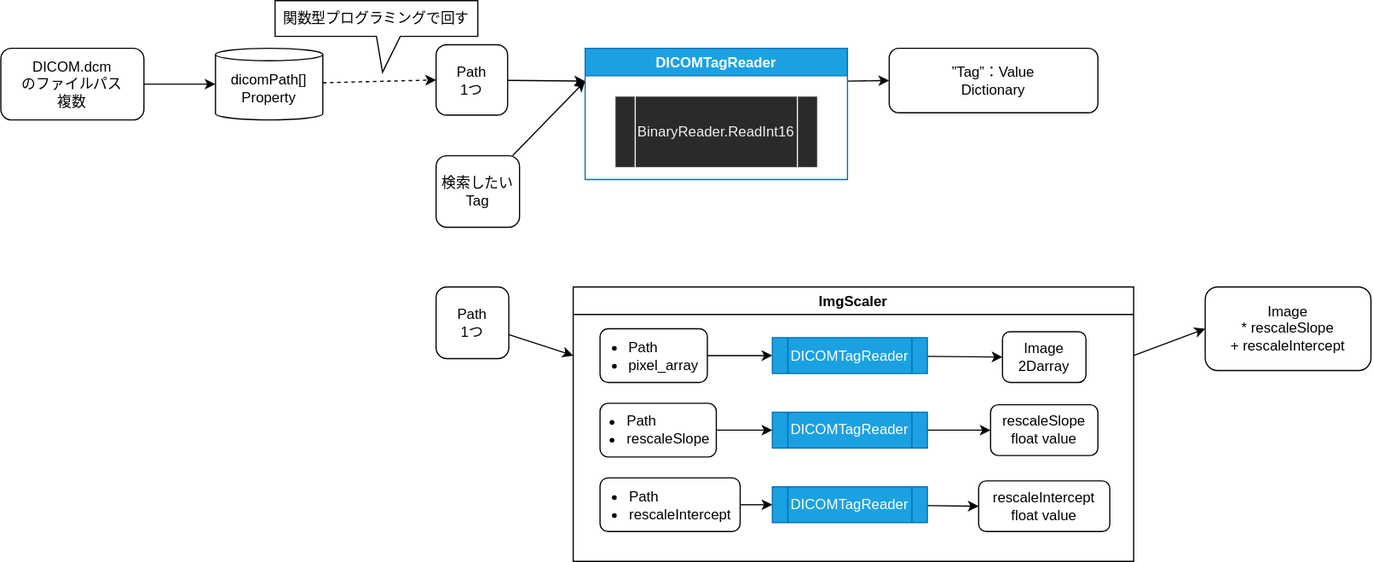
The draw.io diagram DICOMReader.drawio.svg in nawaday-code/Protector_controller, before a commit. Source tidied: cells renumbered, new cells last; positions are measured from the earlier drawing's top-left corner, leaving out a move shared by most shapes. The source it was exported from:
```xml
<mxGraphModel>
  <root>
    <mxCell id="0" />
    <mxCell id="1" parent="0" />
    <mxCell id="2" style="edgeStyle=none;html=1;entryX=0;entryY=0.5;entryDx=0;entryDy=0;entryPerimeter=0;" parent="1" edge="1" source="3" target="8">
      <mxGeometry relative="1" as="geometry" />
    </mxCell>
    <mxCell id="3" value="DICOM.dcm&lt;br&gt;のファイルパス&lt;br&gt;複数" style="rounded=1;whiteSpace=wrap;html=1;" parent="1" vertex="1">
      <mxGeometry y="40" width="120" height="60" as="geometry" />
    </mxCell>
    <mxCell id="4" style="edgeStyle=none;html=1;exitX=1;exitY=0.25;exitDx=0;exitDy=0;entryX=0;entryY=0.5;entryDx=0;entryDy=0;startArrow=none;startFill=0;" parent="1" edge="1" source="5" target="31">
      <mxGeometry relative="1" as="geometry" />
    </mxCell>
    <mxCell id="5" value="DICOMTagReader" style="swimlane;fillColor=#1ba1e2;strokeColor=#006EAF;fontColor=#ffffff;" parent="1" vertex="1">
      <mxGeometry x="490" y="40" width="220" height="110" as="geometry" />
    </mxCell>
    <mxCell id="6" value="BinaryReader.ReadInt16" style="shape=process;whiteSpace=wrap;html=1;backgroundOutline=1;fontFamily=Helvetica;fontSize=12;fontColor=#f0f0f0;align=center;strokeColor=#f0f0f0;fillColor=#2a2a2a;" parent="5" vertex="1">
      <mxGeometry x="25" y="40" width="170" height="60" as="geometry" />
    </mxCell>
    <mxCell id="7" style="edgeStyle=none;html=1;entryX=0;entryY=0.5;entryDx=0;entryDy=0;startArrow=none;startFill=0;dashed=1;" parent="1" edge="1" source="8" target="10">
      <mxGeometry relative="1" as="geometry" />
    </mxCell>
    <mxCell id="8" value="dicomPath[]&lt;br&gt;Property" style="shape=cylinder3;whiteSpace=wrap;html=1;boundedLbl=1;backgroundOutline=1;size=5.20001220703125;" parent="1" vertex="1">
      <mxGeometry x="180" y="40" width="90" height="60" as="geometry" />
    </mxCell>
    <mxCell id="9" style="edgeStyle=none;html=1;entryX=0;entryY=0.25;entryDx=0;entryDy=0;" parent="1" edge="1" source="10" target="5">
      <mxGeometry relative="1" as="geometry" />
    </mxCell>
    <mxCell id="10" value="Path&lt;br&gt;1つ" style="rounded=1;whiteSpace=wrap;html=1;" parent="1" vertex="1">
      <mxGeometry x="365" y="37" width="60" height="59" as="geometry" />
    </mxCell>
    <mxCell id="11" value="関数型プログラミングで回す" style="shape=callout;whiteSpace=wrap;html=1;perimeter=calloutPerimeter;position2=0.53;" parent="1" vertex="1">
      <mxGeometry x="230" width="170" height="60" as="geometry" />
    </mxCell>
    <mxCell id="12" style="edgeStyle=none;html=1;entryX=0;entryY=0.25;entryDx=0;entryDy=0;startArrow=none;startFill=0;" parent="1" edge="1" source="13" target="5">
      <mxGeometry relative="1" as="geometry" />
    </mxCell>
    <mxCell id="13" value="検索したいTag" style="rounded=1;whiteSpace=wrap;html=1;" parent="1" vertex="1">
      <mxGeometry x="365" y="130" width="70" height="60" as="geometry" />
    </mxCell>
    <mxCell id="14" style="edgeStyle=none;html=1;exitX=1;exitY=0.25;exitDx=0;exitDy=0;entryX=0;entryY=0.5;entryDx=0;entryDy=0;startArrow=none;startFill=0;" parent="1" edge="1" source="15" target="34">
      <mxGeometry relative="1" as="geometry" />
    </mxCell>
    <mxCell id="15" value="ImgScaler" style="swimlane;" parent="1" vertex="1">
      <mxGeometry x="480" y="240" width="470" height="230" as="geometry" />
    </mxCell>
    <mxCell id="16" style="edgeStyle=none;html=1;entryX=0;entryY=0.5;entryDx=0;entryDy=0;startArrow=none;startFill=0;" parent="15" edge="1" source="17" target="28">
      <mxGeometry relative="1" as="geometry" />
    </mxCell>
    <mxCell id="17" value="DICOMTagReader" style="shape=process;whiteSpace=wrap;html=1;backgroundOutline=1;fillColor=#1ba1e2;strokeColor=#006EAF;fontColor=#ffffff;" parent="15" vertex="1">
      <mxGeometry x="167" y="42.5" width="130" height="30" as="geometry" />
    </mxCell>
    <mxCell id="18" style="edgeStyle=none;html=1;exitX=1;exitY=0.5;exitDx=0;exitDy=0;entryX=0;entryY=0.5;entryDx=0;entryDy=0;startArrow=none;startFill=0;" parent="15" edge="1" source="19" target="17">
      <mxGeometry relative="1" as="geometry" />
    </mxCell>
    <mxCell id="19" value="&lt;ul&gt;&lt;li style=&quot;text-align: left&quot;&gt;&lt;span&gt;Path&lt;/span&gt;&lt;/li&gt;&lt;li style=&quot;text-align: left&quot;&gt;pixel_array&lt;/li&gt;&lt;/ul&gt;" style="rounded=1;whiteSpace=wrap;html=1;labelPosition=center;verticalLabelPosition=middle;align=center;verticalAlign=middle;textDirection=ltr;spacing=2;spacingLeft=-24;" parent="15" vertex="1">
      <mxGeometry x="22.5" y="35" width="90" height="45" as="geometry" />
    </mxCell>
    <mxCell id="20" style="edgeStyle=none;html=1;entryX=0;entryY=0.5;entryDx=0;entryDy=0;startArrow=none;startFill=0;" parent="15" edge="1" source="21" target="29">
      <mxGeometry relative="1" as="geometry" />
    </mxCell>
    <mxCell id="21" value="DICOMTagReader" style="shape=process;whiteSpace=wrap;html=1;backgroundOutline=1;fillColor=#1ba1e2;strokeColor=#006EAF;fontColor=#ffffff;" parent="15" vertex="1">
      <mxGeometry x="167" y="105" width="130" height="30" as="geometry" />
    </mxCell>
    <mxCell id="22" style="edgeStyle=none;html=1;exitX=1;exitY=0.5;exitDx=0;exitDy=0;entryX=0;entryY=0.5;entryDx=0;entryDy=0;startArrow=none;startFill=0;" parent="15" edge="1" source="23" target="21">
      <mxGeometry relative="1" as="geometry" />
    </mxCell>
    <mxCell id="23" value="&lt;ul&gt;&lt;li style=&quot;text-align: left&quot;&gt;&lt;span&gt;Path&lt;/span&gt;&lt;/li&gt;&lt;li style=&quot;text-align: left&quot;&gt;rescaleSlope&lt;/li&gt;&lt;/ul&gt;" style="rounded=1;whiteSpace=wrap;html=1;labelPosition=center;verticalLabelPosition=middle;align=center;verticalAlign=middle;textDirection=ltr;spacing=2;spacingLeft=-24;" parent="15" vertex="1">
      <mxGeometry x="22.5" y="97.5" width="97.5" height="45" as="geometry" />
    </mxCell>
    <mxCell id="24" style="edgeStyle=none;html=1;entryX=0;entryY=0.5;entryDx=0;entryDy=0;startArrow=none;startFill=0;" parent="15" edge="1" source="25" target="30">
      <mxGeometry relative="1" as="geometry" />
    </mxCell>
    <mxCell id="25" value="DICOMTagReader" style="shape=process;whiteSpace=wrap;html=1;backgroundOutline=1;fillColor=#1ba1e2;strokeColor=#006EAF;fontColor=#ffffff;" parent="15" vertex="1">
      <mxGeometry x="167" y="167.5" width="130" height="30" as="geometry" />
    </mxCell>
    <mxCell id="26" style="edgeStyle=none;html=1;exitX=1;exitY=0.5;exitDx=0;exitDy=0;entryX=0;entryY=0.5;entryDx=0;entryDy=0;startArrow=none;startFill=0;" parent="15" edge="1" source="27" target="25">
      <mxGeometry relative="1" as="geometry" />
    </mxCell>
    <mxCell id="27" value="&lt;ul&gt;&lt;li style=&quot;text-align: left&quot;&gt;&lt;span&gt;Path&lt;/span&gt;&lt;/li&gt;&lt;li style=&quot;text-align: left&quot;&gt;rescaleIntercept&lt;/li&gt;&lt;/ul&gt;" style="rounded=1;whiteSpace=wrap;html=1;labelPosition=center;verticalLabelPosition=middle;align=center;verticalAlign=middle;textDirection=ltr;spacing=2;spacingLeft=-24;" parent="15" vertex="1">
      <mxGeometry x="22.5" y="160" width="117.5" height="45" as="geometry" />
    </mxCell>
    <mxCell id="28" value="Image&lt;br&gt;2Darray" style="rounded=1;whiteSpace=wrap;html=1;" parent="15" vertex="1">
      <mxGeometry x="360" y="37.5" width="70" height="42.5" as="geometry" />
    </mxCell>
    <mxCell id="29" value="rescaleSlope&lt;br&gt;float value" style="rounded=1;whiteSpace=wrap;html=1;" parent="15" vertex="1">
      <mxGeometry x="350" y="98.8" width="90" height="42.5" as="geometry" />
    </mxCell>
    <mxCell id="30" value="rescaleIntercept&lt;br&gt;float value" style="rounded=1;whiteSpace=wrap;html=1;" parent="15" vertex="1">
      <mxGeometry x="340" y="162.5" width="110" height="42.5" as="geometry" />
    </mxCell>
    <mxCell id="31" value="”Tag”：Value&lt;br&gt;Dictionary" style="rounded=1;whiteSpace=wrap;html=1;" parent="1" vertex="1">
      <mxGeometry x="745" y="40" width="175" height="54" as="geometry" />
    </mxCell>
    <mxCell id="32" style="edgeStyle=none;html=1;entryX=0;entryY=0.25;entryDx=0;entryDy=0;startArrow=none;startFill=0;" parent="1" edge="1" source="33" target="15">
      <mxGeometry relative="1" as="geometry" />
    </mxCell>
    <mxCell id="33" value="Path&lt;br&gt;1つ" style="rounded=1;whiteSpace=wrap;html=1;" parent="1" vertex="1">
      <mxGeometry x="365" y="240" width="61" height="60" as="geometry" />
    </mxCell>
    <mxCell id="34" value="Image&lt;br&gt;&amp;nbsp;* rescaleSlope&lt;br&gt;&amp;nbsp;+ rescaleIntercept" style="rounded=1;whiteSpace=wrap;html=1;" parent="1" vertex="1">
      <mxGeometry x="1010" y="240" width="139" height="70" as="geometry" />
    </mxCell>
  </root>
</mxGraphModel>
```
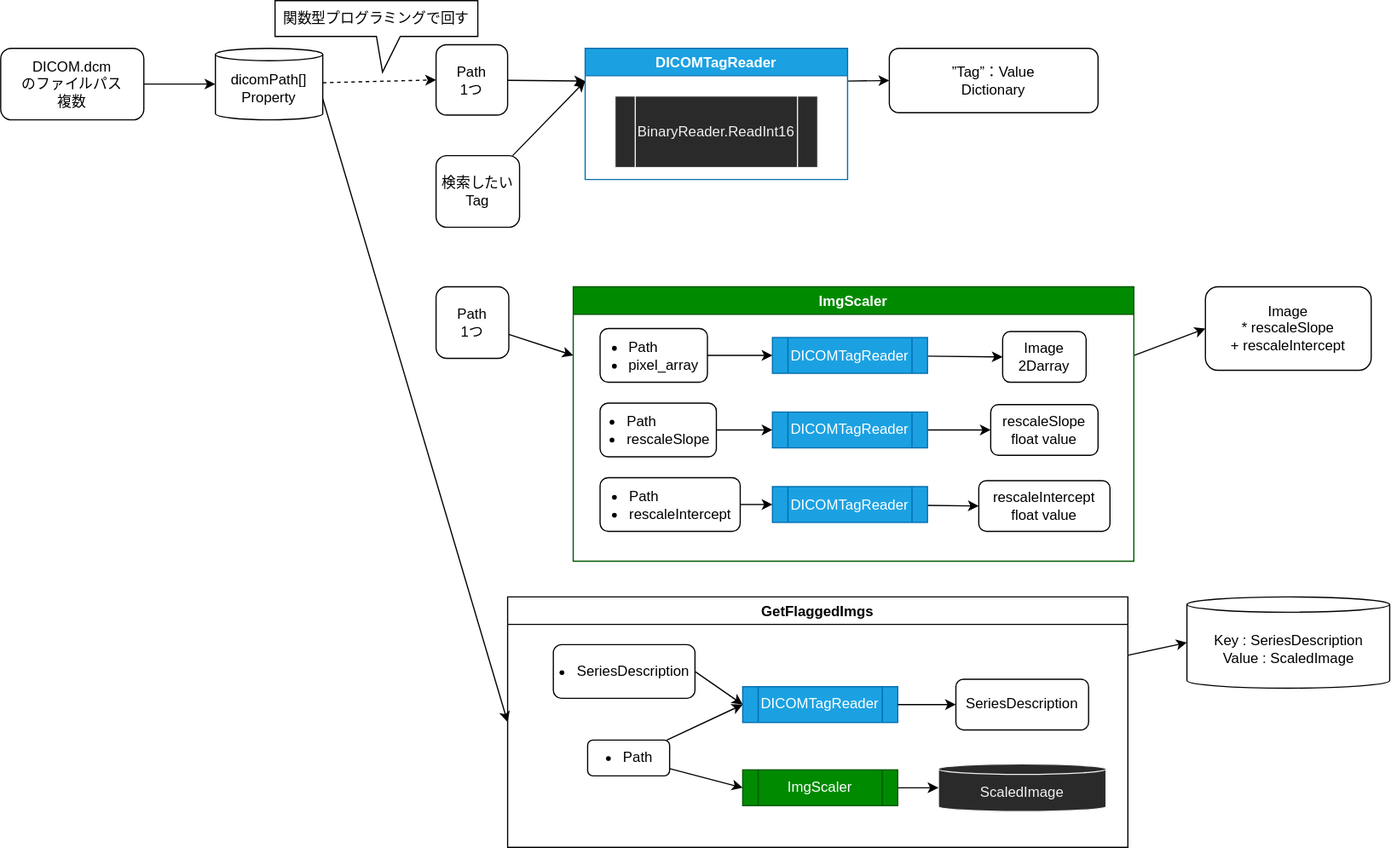
The same file after the commit.

Change to the diagram source:
```diff
@@ -20,6 +20,9 @@
     <mxCell id="7" style="edgeStyle=none;html=1;entryX=0;entryY=0.5;entryDx=0;entryDy=0;startArrow=none;startFill=0;dashed=1;" parent="1" edge="1" source="8" target="10">
       <mxGeometry relative="1" as="geometry" />
     </mxCell>
+    <mxCell id="35" style="edgeStyle=none;html=1;exitX=1;exitY=0;exitDx=0;exitDy=42.399993896484375;exitPerimeter=0;entryX=0;entryY=0.5;entryDx=0;entryDy=0;" parent="1" edge="1" source="8" target="37">
+      <mxGeometry relative="1" as="geometry" />
+    </mxCell>
     <mxCell id="8" value="dicomPath[]&lt;br&gt;Property" style="shape=cylinder3;whiteSpace=wrap;html=1;boundedLbl=1;backgroundOutline=1;size=5.20001220703125;" parent="1" vertex="1">
       <mxGeometry x="180" y="40" width="90" height="60" as="geometry" />
     </mxCell>
@@ -41,7 +44,7 @@
     <mxCell id="14" style="edgeStyle=none;html=1;exitX=1;exitY=0.25;exitDx=0;exitDy=0;entryX=0;entryY=0.5;entryDx=0;entryDy=0;startArrow=none;startFill=0;" parent="1" edge="1" source="15" target="34">
       <mxGeometry relative="1" as="geometry" />
     </mxCell>
-    <mxCell id="15" value="ImgScaler" style="swimlane;" parent="1" vertex="1">
+    <mxCell id="15" value="ImgScaler" style="swimlane;fillColor=#008a00;strokeColor=#005700;fontColor=#ffffff;" parent="1" vertex="1">
       <mxGeometry x="480" y="240" width="470" height="230" as="geometry" />
     </mxCell>
     <mxCell id="16" style="edgeStyle=none;html=1;entryX=0;entryY=0.5;entryDx=0;entryDy=0;startArrow=none;startFill=0;" parent="15" edge="1" source="17" target="28">
@@ -101,5 +104,47 @@
     <mxCell id="34" value="Image&lt;br&gt;&amp;nbsp;* rescaleSlope&lt;br&gt;&amp;nbsp;+ rescaleIntercept" style="rounded=1;whiteSpace=wrap;html=1;" parent="1" vertex="1">
       <mxGeometry x="1010" y="240" width="139" height="70" as="geometry" />
     </mxCell>
+    <mxCell id="36" style="edgeStyle=none;html=1;entryX=0;entryY=0.5;entryDx=0;entryDy=0;entryPerimeter=0;" parent="1" edge="1" source="37" target="49">
+      <mxGeometry relative="1" as="geometry" />
+    </mxCell>
+    <mxCell id="37" value="GetFlaggedImgs" style="swimlane;" parent="1" vertex="1">
+      <mxGeometry x="425" y="500" width="520" height="210" as="geometry" />
+    </mxCell>
+    <mxCell id="38" value="SeriesDescription" style="rounded=1;whiteSpace=wrap;html=1;" parent="37" vertex="1">
+      <mxGeometry x="375.8" y="69" width="111.2" height="42.5" as="geometry" />
+    </mxCell>
+    <mxCell id="39" value="DICOMTagReader" style="shape=process;whiteSpace=wrap;html=1;backgroundOutline=1;fillColor=#1ba1e2;strokeColor=#006EAF;fontColor=#ffffff;" parent="37" vertex="1">
+      <mxGeometry x="197.1" y="75.2" width="130" height="30" as="geometry" />
+    </mxCell>
+    <mxCell id="40" value="&lt;ul&gt;&lt;li style=&quot;text-align: left&quot;&gt;SeriesDescription&lt;/li&gt;&lt;/ul&gt;" style="rounded=1;whiteSpace=wrap;html=1;labelPosition=center;verticalLabelPosition=middle;align=center;verticalAlign=middle;textDirection=ltr;spacing=2;spacingLeft=-24;" parent="37" vertex="1">
+      <mxGeometry x="38.3" y="40" width="118.8" height="45" as="geometry" />
+    </mxCell>
+    <mxCell id="41" value="ScaledImage" style="shape=cylinder3;whiteSpace=wrap;html=1;boundedLbl=1;backgroundOutline=1;size=4.4000091552734375;fontFamily=Helvetica;fontSize=12;fontColor=#f0f0f0;align=center;strokeColor=#f0f0f0;fillColor=#2a2a2a;" parent="37" vertex="1">
+      <mxGeometry x="361.2" y="140" width="140.5" height="40" as="geometry" />
+    </mxCell>
+    <mxCell id="42" style="edgeStyle=none;html=1;entryX=0;entryY=0.5;entryDx=0;entryDy=0;startArrow=none;startFill=0;" parent="37" edge="1" source="39" target="38">
+      <mxGeometry relative="1" as="geometry" />
+    </mxCell>
+    <mxCell id="43" style="edgeStyle=none;html=1;exitX=1;exitY=0.5;exitDx=0;exitDy=0;entryX=0;entryY=0.5;entryDx=0;entryDy=0;startArrow=none;startFill=0;" parent="37" edge="1" source="40" target="39">
+      <mxGeometry relative="1" as="geometry" />
+    </mxCell>
+    <mxCell id="44" style="edgeStyle=none;html=1;entryX=0;entryY=0.5;entryDx=0;entryDy=0;entryPerimeter=0;" parent="37" edge="1" source="45" target="41">
+      <mxGeometry relative="1" as="geometry" />
+    </mxCell>
+    <mxCell id="45" value="ImgScaler" style="shape=process;whiteSpace=wrap;html=1;backgroundOutline=1;fillColor=#008a00;strokeColor=#005700;fontColor=#ffffff;" parent="37" vertex="1">
+      <mxGeometry x="197.1" y="145" width="130" height="30" as="geometry" />
+    </mxCell>
+    <mxCell id="46" style="edgeStyle=none;html=1;entryX=0;entryY=0.5;entryDx=0;entryDy=0;" parent="37" edge="1" source="48" target="39">
+      <mxGeometry relative="1" as="geometry" />
+    </mxCell>
+    <mxCell id="47" style="edgeStyle=none;html=1;entryX=0;entryY=0.5;entryDx=0;entryDy=0;" parent="37" edge="1" source="48" target="45">
+      <mxGeometry relative="1" as="geometry" />
+    </mxCell>
+    <mxCell id="48" value="&lt;ul&gt;&lt;li style=&quot;text-align: left&quot;&gt;Path&lt;/li&gt;&lt;/ul&gt;" style="rounded=1;whiteSpace=wrap;html=1;labelPosition=center;verticalLabelPosition=middle;align=center;verticalAlign=middle;textDirection=ltr;spacing=2;spacingLeft=-24;" parent="37" vertex="1">
+      <mxGeometry x="67.1" y="120" width="68.8" height="30" as="geometry" />
+    </mxCell>
+    <mxCell id="49" value="Key : SeriesDescription&lt;br&gt;Value : ScaledImage" style="shape=cylinder3;whiteSpace=wrap;html=1;boundedLbl=1;backgroundOutline=1;size=6.4000244140625;" parent="1" vertex="1">
+      <mxGeometry x="994.5" y="500" width="170" height="76.5" as="geometry" />
+    </mxCell>
   </root>
 </mxGraphModel>
```
